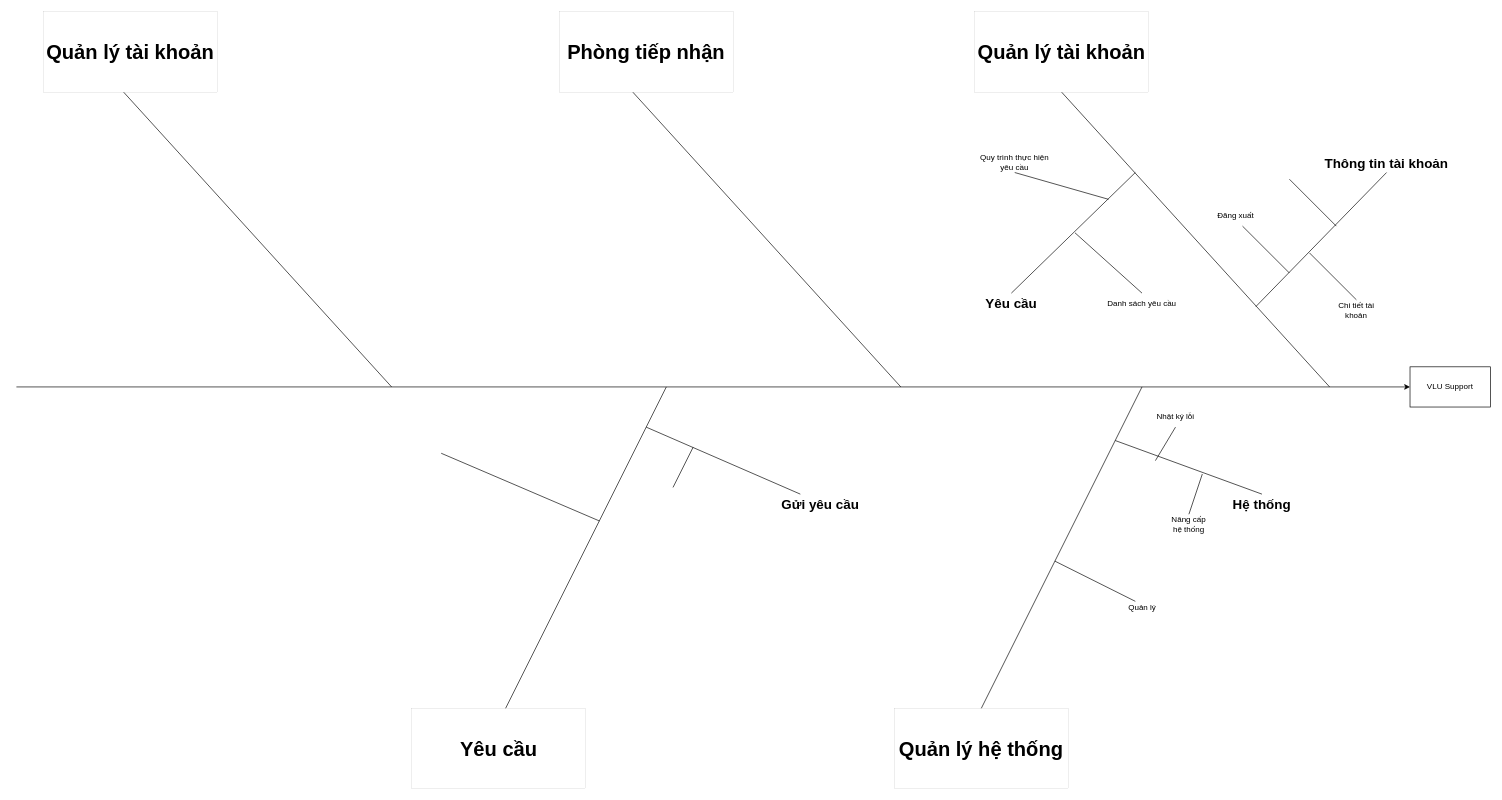
Earlier version of the draw.io diagram diagram/featuretree.drawio (zanedev2304/blogVanLang). Source tidied: cells renumbered, new cells numbered last; positions are measured from the earlier drawing's top-left corner, leaving out a move shared by most shapes. Both pictures are drawn from the tidied source at 67%, with x=0, y=0 at pixel (16, 11).
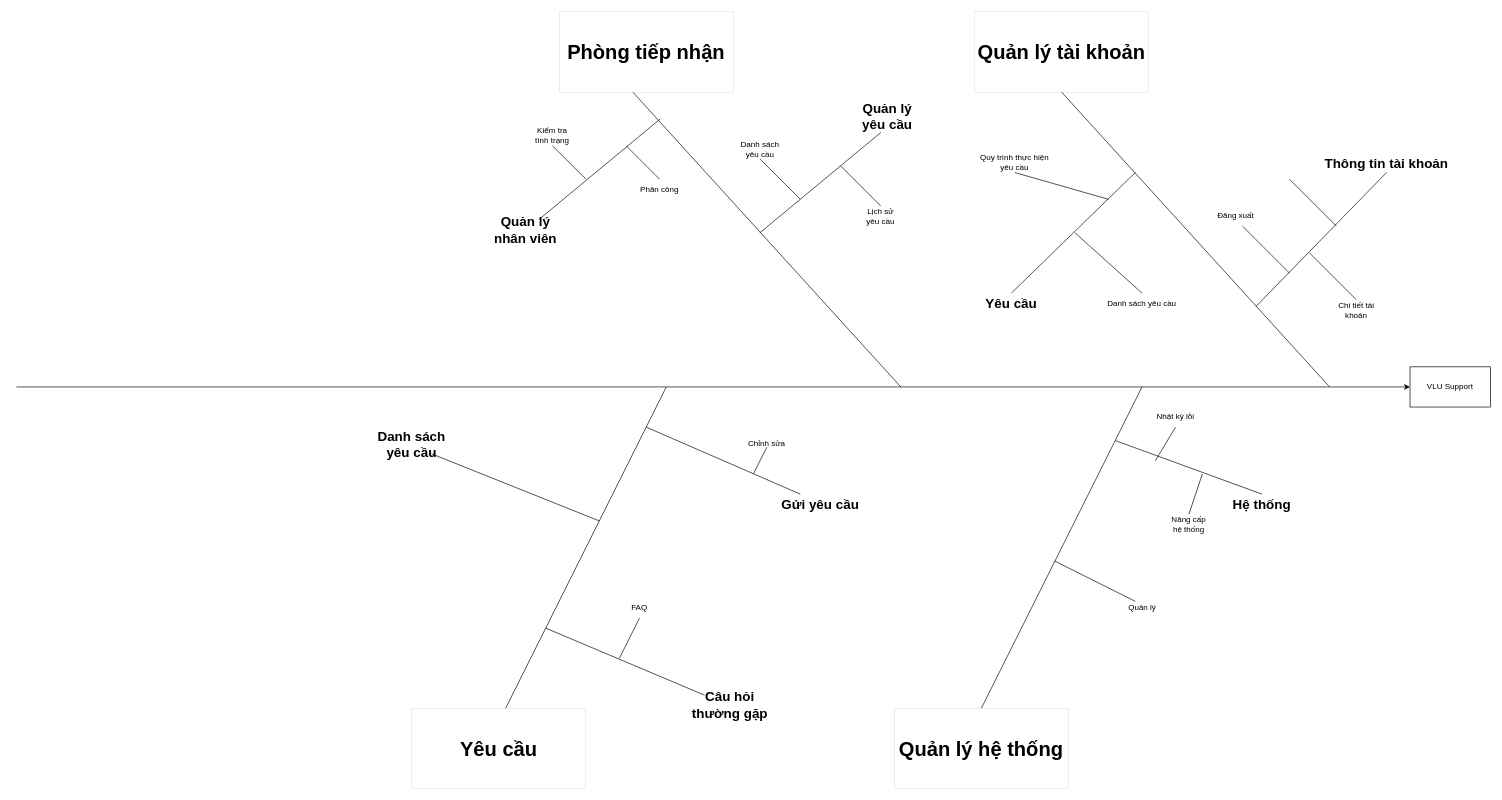
The same page after the edit.

Change to the diagram source:
```diff
@@
-    <mxCell id="6" style="endArrow=none;html=1;rounded=0;" parent="1" edge="1">
-      <mxGeometry relative="1" as="geometry">
-        <mxPoint x="560" y="560" as="sourcePoint" />
-        <mxPoint x="160" y="120" as="targetPoint" />
-      </mxGeometry>
-    </mxCell>
@@
-    <mxCell id="13" value="Quản lý tài khoản" style="rounded=0;whiteSpace=wrap;html=1;strokeWidth=0;fontSize=30;fontStyle=1;" parent="1" vertex="1">
-      <mxGeometry x="40" width="260" height="120" as="geometry" />
-    </mxCell>
@@
-    <mxCell id="37" style="endArrow=none;html=1;rounded=0;" parent="1" edge="1">
-      <mxGeometry relative="1" as="geometry">
-        <mxPoint x="980" y="710" as="sourcePoint" />
-        <mxPoint x="1010" y="650" as="targetPoint" />
-      </mxGeometry>
-    </mxCell>
-    <mxCell id="38" style="endArrow=none;html=1;rounded=0;exitX=0.68;exitY=0.967;exitDx=0;exitDy=0;exitPerimeter=0;" parent="1" edge="1">
+    <mxCell id="38" style="endArrow=none;html=1;rounded=0;exitX=0.75;exitY=1;exitDx=0;exitDy=0;" parent="1" edge="1" source="53">
       <mxGeometry relative="1" as="geometry">
-        <mxPoint x="634" y="659" as="sourcePoint" />
         <mxPoint x="870" y="760" as="targetPoint" />
       </mxGeometry>
     </mxCell>
+    <mxCell id="39" style="endArrow=none;html=1;rounded=0;" parent="1" edge="1">
+      <mxGeometry relative="1" as="geometry">
+        <mxPoint x="780" y="310" as="sourcePoint" />
+        <mxPoint x="961" y="160" as="targetPoint" />
+      </mxGeometry>
+    </mxCell>
+    <mxCell id="40" style="endArrow=none;html=1;rounded=0;" parent="1" edge="1">
+      <mxGeometry relative="1" as="geometry">
+        <mxPoint x="1109.5" y="330" as="sourcePoint" />
+        <mxPoint x="1290.5" y="180" as="targetPoint" />
+      </mxGeometry>
+    </mxCell>
+    <mxCell id="41" value="Quản lý yêu cầu" style="text;html=1;strokeColor=none;fillColor=none;align=center;verticalAlign=middle;whiteSpace=wrap;rounded=0;fontStyle=1;fontSize=20;" parent="1" vertex="1">
+      <mxGeometry x="1260" y="140" width="80" height="30" as="geometry" />
+    </mxCell>
+    <mxCell id="42" value="Quản lý nhân viên" style="text;html=1;strokeColor=none;fillColor=none;align=center;verticalAlign=middle;whiteSpace=wrap;rounded=0;fontStyle=1;fontSize=20;" parent="1" vertex="1">
+      <mxGeometry x="710" y="310" width="100" height="30" as="geometry" />
+    </mxCell>
+    <mxCell id="43" style="endArrow=none;html=1;rounded=0;" parent="1" edge="1">
+      <mxGeometry relative="1" as="geometry">
+        <mxPoint x="960" y="250" as="sourcePoint" />
+        <mxPoint x="910" y="200" as="targetPoint" />
+      </mxGeometry>
+    </mxCell>
+    <mxCell id="44" value="Phân công" style="text;html=1;strokeColor=none;fillColor=none;align=center;verticalAlign=middle;whiteSpace=wrap;rounded=0;" parent="1" vertex="1">
+      <mxGeometry x="930" y="250" width="60" height="30" as="geometry" />
+    </mxCell>
+    <mxCell id="45" style="endArrow=none;html=1;rounded=0;" parent="1" edge="1">
+      <mxGeometry relative="1" as="geometry">
+        <mxPoint x="850" y="250" as="sourcePoint" />
+        <mxPoint x="800" y="200" as="targetPoint" />
+      </mxGeometry>
+    </mxCell>
+    <mxCell id="46" value="Kiểm tra tình trạng" style="text;html=1;strokeColor=none;fillColor=none;align=center;verticalAlign=middle;whiteSpace=wrap;rounded=0;" parent="1" vertex="1">
+      <mxGeometry x="770" y="170" width="60" height="30" as="geometry" />
+    </mxCell>
+    <mxCell id="47" style="endArrow=none;html=1;rounded=0;" parent="1" edge="1">
+      <mxGeometry relative="1" as="geometry">
+        <mxPoint x="1110" y="220" as="sourcePoint" />
+        <mxPoint x="1170" y="280" as="targetPoint" />
+      </mxGeometry>
+    </mxCell>
+    <mxCell id="48" style="endArrow=none;html=1;rounded=0;" parent="1" edge="1">
+      <mxGeometry relative="1" as="geometry">
+        <mxPoint x="1230" y="230" as="sourcePoint" />
+        <mxPoint x="1290" y="290" as="targetPoint" />
+      </mxGeometry>
+    </mxCell>
+    <mxCell id="49" value="Danh sách yêu cầu" style="text;html=1;strokeColor=none;fillColor=none;align=center;verticalAlign=middle;whiteSpace=wrap;rounded=0;" parent="1" vertex="1">
+      <mxGeometry x="1080" y="190" width="60" height="30" as="geometry" />
+    </mxCell>
+    <mxCell id="50" value="Lịch sử yêu cầu" style="text;html=1;strokeColor=none;fillColor=none;align=center;verticalAlign=middle;whiteSpace=wrap;rounded=0;" parent="1" vertex="1">
+      <mxGeometry x="1260" y="290" width="60" height="30" as="geometry" />
+    </mxCell>
+    <mxCell id="51" style="endArrow=none;html=1;rounded=0;" parent="1" edge="1">
+      <mxGeometry relative="1" as="geometry">
+        <mxPoint x="1100" y="690" as="sourcePoint" />
+        <mxPoint x="1120" y="650" as="targetPoint" />
+      </mxGeometry>
+    </mxCell>
+    <mxCell id="52" value="Chỉnh sửa" style="text;html=1;strokeColor=none;fillColor=none;align=center;verticalAlign=middle;whiteSpace=wrap;rounded=0;" parent="1" vertex="1">
+      <mxGeometry x="1090" y="630" width="60" height="30" as="geometry" />
+    </mxCell>
+    <mxCell id="53" value="Danh sách yêu cầu" style="text;html=1;strokeColor=none;fillColor=none;align=center;verticalAlign=middle;whiteSpace=wrap;rounded=0;fontStyle=1;fontSize=20;" parent="1" vertex="1">
+      <mxGeometry x="530" y="630" width="120" height="30" as="geometry" />
+    </mxCell>
+    <mxCell id="54" style="endArrow=none;html=1;rounded=0;exitX=0.75;exitY=1;exitDx=0;exitDy=0;" parent="1" edge="1">
+      <mxGeometry relative="1" as="geometry">
+        <mxPoint x="790" y="920" as="sourcePoint" />
+        <mxPoint x="1027" y="1020" as="targetPoint" />
+      </mxGeometry>
+    </mxCell>
+    <mxCell id="55" value="&lt;b&gt;&lt;font style=&quot;font-size: 20px;&quot;&gt;Câu hỏi thường gặp&lt;/font&gt;&lt;/b&gt;" style="text;html=1;strokeColor=none;fillColor=none;align=center;verticalAlign=middle;whiteSpace=wrap;rounded=0;" parent="1" vertex="1">
+      <mxGeometry x="1000" y="1019" width="130" height="30" as="geometry" />
+    </mxCell>
+    <mxCell id="56" style="endArrow=none;html=1;rounded=0;" parent="1" edge="1">
+      <mxGeometry relative="1" as="geometry">
+        <mxPoint x="900" y="965" as="sourcePoint" />
+        <mxPoint x="930" y="905" as="targetPoint" />
+      </mxGeometry>
+    </mxCell>
+    <mxCell id="57" value="FAQ" style="text;html=1;strokeColor=none;fillColor=none;align=center;verticalAlign=middle;whiteSpace=wrap;rounded=0;" parent="1" vertex="1">
+      <mxGeometry x="900" y="875" width="60" height="30" as="geometry" />
+    </mxCell>
```
